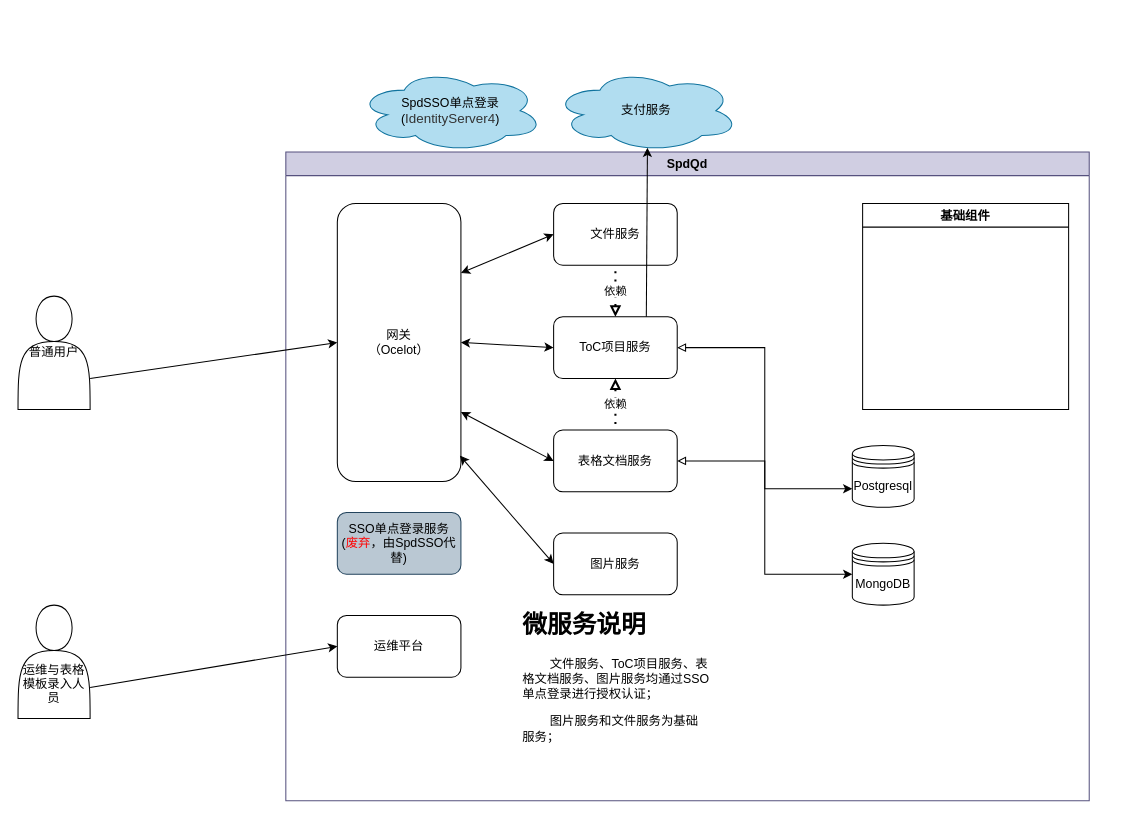
Before: docs/Untitled Diagram.drawio in feijie999/JieDDDFramework, a draw.io diagram. Source tidied: cells renumbered, new cells numbered last; positions are measured from the earlier drawing's top-left corner, leaving out a move shared by most shapes. Both pictures are drawn from the tidied source at 103%, with x=0, y=0 at pixel (18, 69).
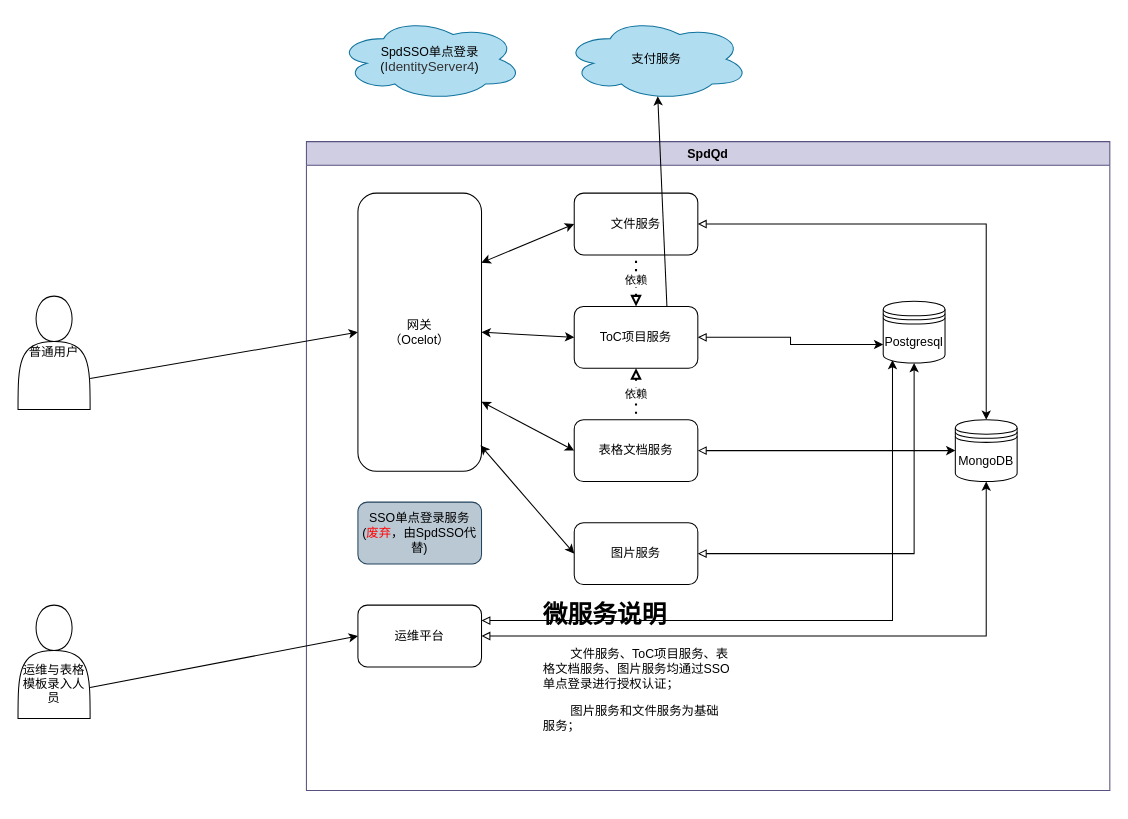
Above is the later version.

Unchanged cells that the change refers to:
```xml
<mxCell id="5" value="图片服务" style="rounded=1;whiteSpace=wrap;html=1;" parent="2" vertex="1">
  <mxGeometry x="260" y="370" width="120" height="60" as="geometry" />
</mxCell>
<mxCell id="6" value="文件服务" style="rounded=1;whiteSpace=wrap;html=1;" parent="2" vertex="1">
  <mxGeometry x="260" y="50" width="120" height="60" as="geometry" />
</mxCell>
<mxCell id="8" value="运维平台" style="rounded=1;whiteSpace=wrap;html=1;" parent="2" vertex="1">
  <mxGeometry x="50" y="450" width="120" height="60" as="geometry" />
</mxCell>
```

Diff of the diagram source:
```diff
@@
     <mxCell id="2" value="SpdQd" style="swimlane;fillColor=#d0cee2;strokeColor=#56517e;" parent="1" vertex="1">
-      <mxGeometry x="260" y="80" width="780" height="630" as="geometry" />
+      <mxGeometry x="280" y="70" width="780" height="630" as="geometry" />
     </mxCell>
@@
+    <mxCell id="29" style="edgeStyle=orthogonalEdgeStyle;rounded=0;jettySize=auto;html=1;exitX=1;exitY=0.5;exitDx=0;exitDy=0;entryX=0.5;entryY=1;entryDx=0;entryDy=0;startArrow=block;startFill=0;" parent="2" edge="1" source="5" target="20">
+      <mxGeometry relative="1" as="geometry" />
+    </mxCell>
@@
+    <mxCell id="30" style="edgeStyle=orthogonalEdgeStyle;rounded=0;jettySize=auto;html=1;exitX=1;exitY=0.5;exitDx=0;exitDy=0;startArrow=block;startFill=0;" parent="2" edge="1" source="6" target="21">
+      <mxGeometry relative="1" as="geometry" />
+    </mxCell>
@@
+    <mxCell id="31" style="edgeStyle=orthogonalEdgeStyle;rounded=0;jettySize=auto;html=1;exitX=1;exitY=0.5;exitDx=0;exitDy=0;entryX=0.5;entryY=1;entryDx=0;entryDy=0;startArrow=block;startFill=0;" parent="2" edge="1" source="8" target="21">
+      <mxGeometry relative="1" as="geometry" />
+    </mxCell>
+    <mxCell id="32" style="edgeStyle=orthogonalEdgeStyle;rounded=0;jettySize=auto;html=1;exitX=1;exitY=0.25;exitDx=0;exitDy=0;entryX=0.15;entryY=0.95;entryDx=0;entryDy=0;entryPerimeter=0;startArrow=block;startFill=0;" parent="2" edge="1" source="8" target="20">
+      <mxGeometry relative="1" as="geometry" />
+    </mxCell>
@@
-    <mxCell id="19" value="基础组件" style="swimlane;" parent="2" vertex="1">
-      <mxGeometry x="560" y="50" width="200" height="200" as="geometry" />
-    </mxCell>
     <mxCell id="20" value="Postgresql" style="shape=datastore;whiteSpace=wrap;html=1;" parent="2" vertex="1">
-      <mxGeometry x="550" y="285" width="60" height="60" as="geometry" />
+      <mxGeometry x="560" y="155" width="60" height="60" as="geometry" />
     </mxCell>
     <mxCell id="21" value="MongoDB" style="shape=datastore;whiteSpace=wrap;html=1;" parent="2" vertex="1">
-      <mxGeometry x="550" y="380" width="60" height="60" as="geometry" />
+      <mxGeometry x="630" y="270" width="60" height="60" as="geometry" />
     </mxCell>
     <mxCell id="22" value="SpdSSO单点登录&lt;br&gt;(&lt;font color=&quot;#333333&quot; face=&quot;microsoft yahei, arial, sans-serif&quot;&gt;&lt;span style=&quot;font-size: 13px&quot;&gt;IdentityServer4&lt;/span&gt;&lt;/font&gt;)" style="ellipse;shape=cloud;whiteSpace=wrap;html=1;fillColor=#b1ddf0;strokeColor=#10739e;" parent="1" vertex="1">
-      <mxGeometry x="330" width="180" height="80" as="geometry" />
+      <mxGeometry x="310" y="-50" width="180" height="80" as="geometry" />
     </mxCell>
     <mxCell id="23" value="支付服务" style="ellipse;shape=cloud;whiteSpace=wrap;html=1;fillColor=#b1ddf0;strokeColor=#10739e;" parent="1" vertex="1">
-      <mxGeometry x="520" width="180" height="80" as="geometry" />
+      <mxGeometry x="530" y="-50" width="180" height="80" as="geometry" />
     </mxCell>
```
